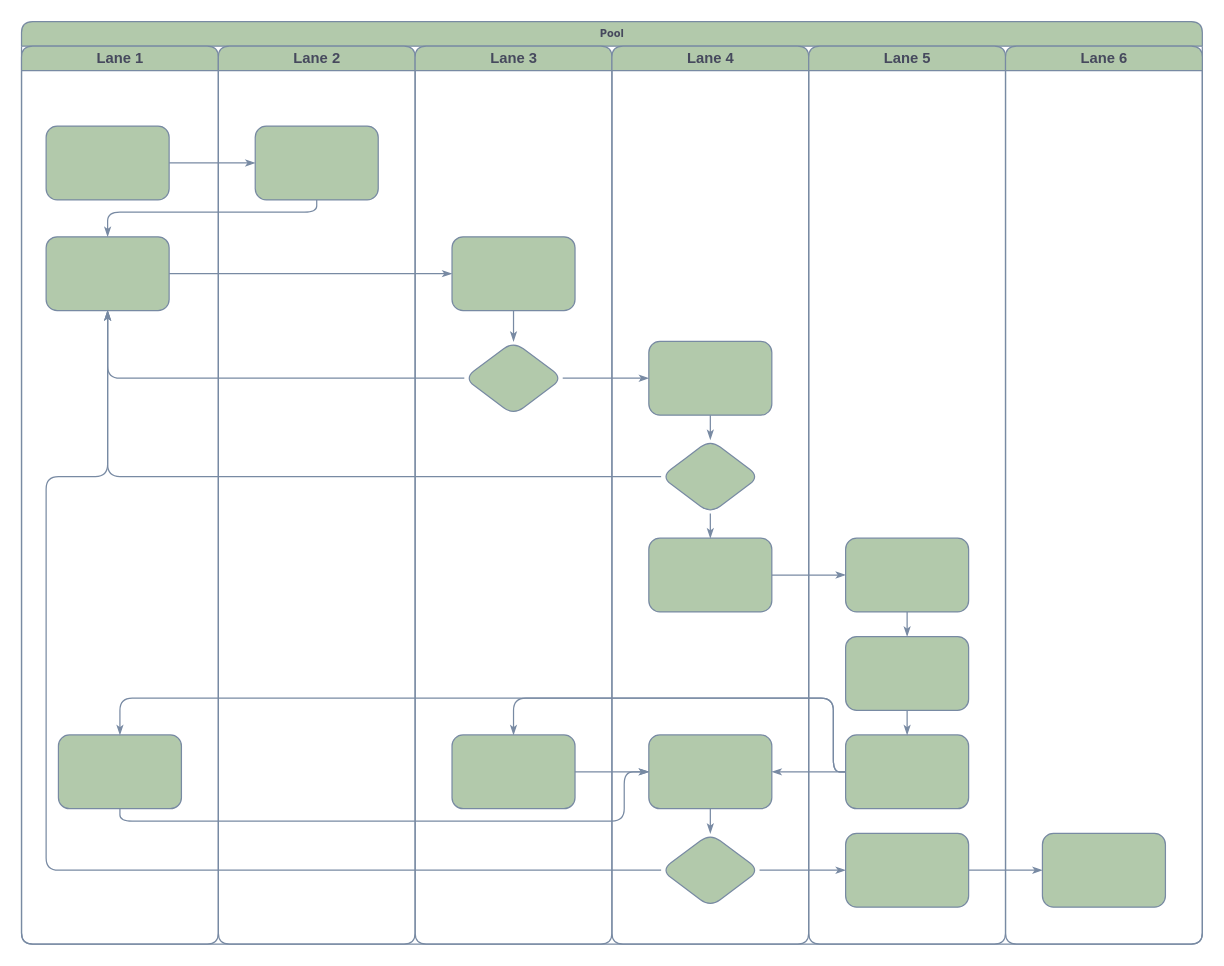
Earlier version of the draw.io diagram Untitled Diagram.drawio (thongtv77/iDC-UML). Source tidied: cells renumbered, new cells numbered last; positions are measured from the earlier drawing's top-left corner, leaving out a move shared by most shapes. Both pictures are drawn from the tidied source at 123%, with x=0, y=0 at pixel (21, 21).
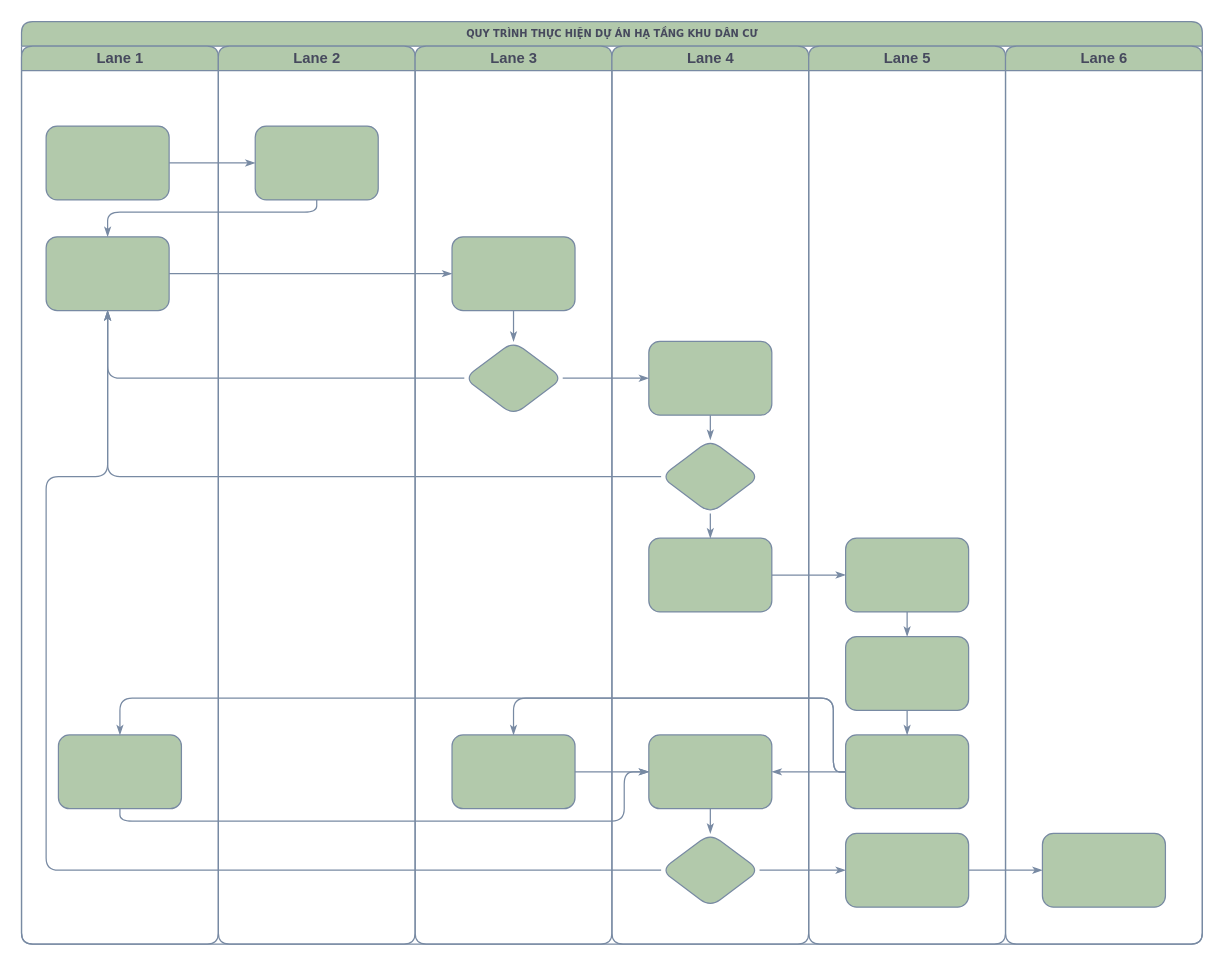
The same page after the edit.

Diff of the diagram source:
```diff
@@
-    <mxCell id="2" value="Pool" style="swimlane;html=1;startSize=20;shadow=0;labelBackgroundColor=none;strokeWidth=1;fontFamily=Verdana;fontSize=8;align=center;fillColor=#B2C9AB;strokeColor=#788AA3;fontColor=#46495D;rounded=1;" parent="1" vertex="1">
+    <mxCell id="2" value="QUY TRÌNH THỰC HIỆN DỰ&amp;nbsp;ÁN HẠ TẦNG KHU DÂN CƯ" style="swimlane;html=1;startSize=20;shadow=0;labelBackgroundColor=none;strokeWidth=1;fontFamily=Verdana;fontSize=8;align=center;fillColor=#B2C9AB;strokeColor=#788AA3;fontColor=#46495D;rounded=1;" parent="1" vertex="1">
       <mxGeometry width="960" height="750" as="geometry" />
     </mxCell>
```
